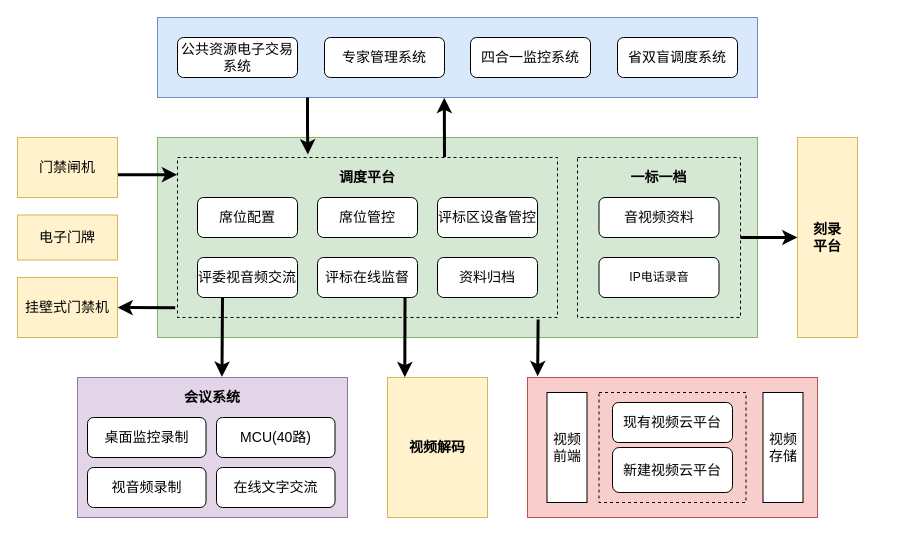
JaceLu/Docs keeps this draw.io diagram as 调度系统架构图.drawio. Above is the earlier version. Source tidied: cells renumbered, new cells numbered last; positions are measured from the earlier drawing's top-left corner, leaving out a move shared by most shapes. Both pictures are drawn from the tidied source at 100%, with x=0, y=0 at pixel (17, 17).
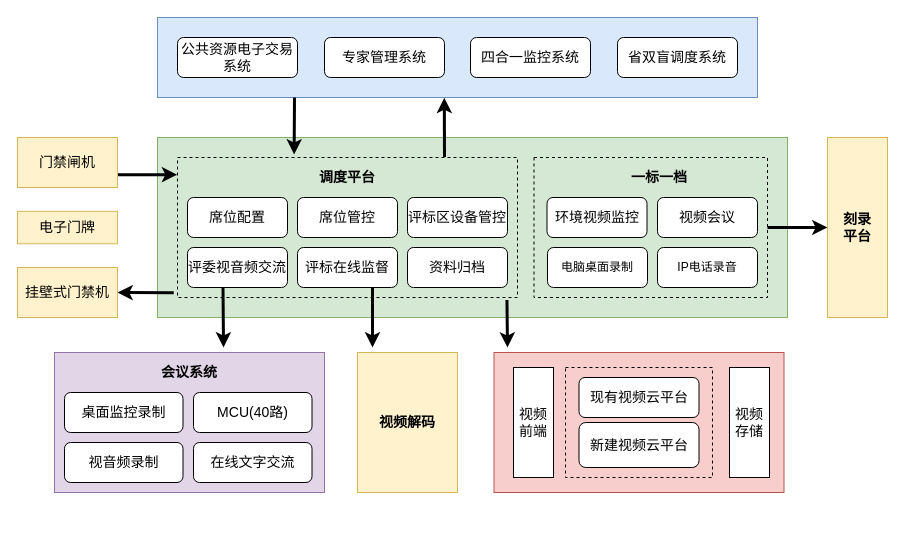
Above is the later version.

Commit message:
更新调度系统架构图.drawio

The change refers to these unchanged cells:
```xml
<mxCell id="6" style="rounded=0;whiteSpace=wrap;html=1;fillColor=#dae8fc;strokeColor=#6c8ebf;" parent="1" vertex="1">
  <mxGeometry x="140" width="600" height="80" as="geometry" />
</mxCell>
```

Change to the diagram source:
```diff
@@
     <mxCell id="2" style="rounded=0;whiteSpace=wrap;html=1;fillColor=#f8cecc;strokeColor=#b85450;" parent="1" vertex="1">
-      <mxGeometry x="510" y="360" width="290" height="140" as="geometry" />
+      <mxGeometry x="476.5" y="335" width="290" height="140" as="geometry" />
     </mxCell>
     <mxCell id="3" style="rounded=0;whiteSpace=wrap;html=1;dashed=1;fillColor=none;" parent="1" vertex="1">
-      <mxGeometry x="581.5" y="375" width="147" height="110" as="geometry" />
+      <mxGeometry x="548" y="350" width="147" height="110" as="geometry" />
     </mxCell>
     <mxCell id="4" style="rounded=0;whiteSpace=wrap;html=1;fillColor=#e1d5e7;strokeColor=#9673a6;" parent="1" vertex="1">
-      <mxGeometry x="60" y="360" width="270" height="140" as="geometry" />
+      <mxGeometry x="37" y="335" width="270" height="140" as="geometry" />
     </mxCell>
     <mxCell id="5" style="rounded=0;whiteSpace=wrap;html=1;fillColor=#d5e8d4;strokeColor=#82b366;" parent="1" vertex="1">
-      <mxGeometry x="140" y="120" width="600" height="200" as="geometry" />
+      <mxGeometry x="140" y="120" width="630" height="180" as="geometry" />
     </mxCell>
@@
-    <mxCell id="11" style="rounded=0;jettySize=auto;html=1;exitX=0.949;exitY=1.013;exitDx=0;exitDy=0;entryX=0.035;entryY=-0.009;entryDx=0;entryDy=0;exitPerimeter=0;strokeWidth=3;entryPerimeter=0;" parent="1" edge="1" source="13" target="2">
-      <mxGeometry relative="1" as="geometry" />
+    <mxCell id="11" style="rounded=0;jettySize=auto;html=1;exitX=0.969;exitY=1.018;exitDx=0;exitDy=0;exitPerimeter=0;strokeWidth=3;" parent="1" edge="1" source="13">
+      <mxGeometry relative="1" as="geometry">
+        <mxPoint x="490" y="330" as="targetPoint" />
+      </mxGeometry>
     </mxCell>
-    <mxCell id="12" style="rounded=0;jettySize=auto;html=1;exitX=-0.006;exitY=0.939;exitDx=0;exitDy=0;entryX=1;entryY=0.5;entryDx=0;entryDy=0;strokeWidth=3;exitPerimeter=0;" parent="1" edge="1" source="13" target="32">
+    <mxCell id="12" style="rounded=0;jettySize=auto;html=1;exitX=-0.011;exitY=0.966;exitDx=0;exitDy=0;entryX=1;entryY=0.5;entryDx=0;entryDy=0;strokeWidth=3;exitPerimeter=0;" parent="1" edge="1" source="13" target="32">
       <mxGeometry relative="1" as="geometry" />
     </mxCell>
     <mxCell id="13" style="rounded=0;whiteSpace=wrap;html=1;dashed=1;fillColor=none;" parent="1" vertex="1">
-      <mxGeometry x="160" y="140" width="380" height="160" as="geometry" />
+      <mxGeometry x="160" y="140" width="340" height="140" as="geometry" />
     </mxCell>
@@
     <mxCell id="15" style="rounded=0;whiteSpace=wrap;html=1;dashed=1;fillColor=none;" parent="1" vertex="1">
-      <mxGeometry x="560" y="140" width="163" height="160" as="geometry" />
+      <mxGeometry x="516.5" y="140" width="233.5" height="140" as="geometry" />
     </mxCell>
@@
     <mxCell id="17" value="调度平台" style="text;html=1;align=center;verticalAlign=middle;whiteSpace=wrap;rounded=0;fontSize=14;fontStyle=1;" parent="1" vertex="1">
-      <mxGeometry x="160" y="140" width="380" height="40" as="geometry" />
+      <mxGeometry x="160" y="140" width="340" height="40" as="geometry" />
     </mxCell>
     <mxCell id="18" value="一标一档" style="text;html=1;align=center;verticalAlign=middle;whiteSpace=wrap;rounded=0;fontSize=14;fontStyle=1;" parent="1" vertex="1">
-      <mxGeometry x="560" y="140" width="163" height="40" as="geometry" />
+      <mxGeometry x="516.5" y="140" width="250" height="40" as="geometry" />
     </mxCell>
-    <mxCell id="19" value="&lt;span style=&quot;font-size: 14px;&quot;&gt;音视频资料&lt;/span&gt;" style="rounded=1;whiteSpace=wrap;html=1;fontFamily=Helvetica;" parent="1" vertex="1">
-      <mxGeometry x="581.5" y="180" width="120" height="40" as="geometry" />
+    <mxCell id="19" value="&lt;span style=&quot;font-size: 14px;&quot;&gt;环境视频监控&lt;/span&gt;" style="rounded=1;whiteSpace=wrap;html=1;fontFamily=Helvetica;" parent="1" vertex="1">
+      <mxGeometry x="529.5" y="180" width="100" height="40" as="geometry" />
     </mxCell>
-    <mxCell id="20" value="IP电话录音" style="rounded=1;whiteSpace=wrap;html=1;fontFamily=Helvetica;" parent="1" vertex="1">
-      <mxGeometry x="581.5" y="240" width="120" height="40" as="geometry" />
+    <mxCell id="20" value="电脑桌面录制" style="rounded=1;whiteSpace=wrap;html=1;fontFamily=Helvetica;" parent="1" vertex="1">
+      <mxGeometry x="530" y="230" width="100" height="40" as="geometry" />
     </mxCell>
     <mxCell id="21" value="&lt;span style=&quot;font-size: 14px;&quot;&gt;席位配置&lt;/span&gt;" style="rounded=1;whiteSpace=wrap;html=1;fontFamily=Helvetica;" parent="1" vertex="1">
-      <mxGeometry x="180" y="180" width="100" height="40" as="geometry" />
+      <mxGeometry x="170" y="180" width="100" height="40" as="geometry" />
     </mxCell>
     <mxCell id="22" value="&lt;span style=&quot;font-size: 14px;&quot;&gt;席位管控&lt;/span&gt;" style="rounded=1;whiteSpace=wrap;html=1;fontFamily=Helvetica;" parent="1" vertex="1">
-      <mxGeometry x="300" y="180" width="100" height="40" as="geometry" />
+      <mxGeometry x="280" y="180" width="100" height="40" as="geometry" />
     </mxCell>
     <mxCell id="23" value="&lt;span style=&quot;font-size: 14px;&quot;&gt;评标区设备管控&lt;/span&gt;" style="rounded=1;whiteSpace=wrap;html=1;fontFamily=Helvetica;" parent="1" vertex="1">
-      <mxGeometry x="420" y="180" width="100" height="40" as="geometry" />
+      <mxGeometry x="390" y="180" width="100" height="40" as="geometry" />
     </mxCell>
     <mxCell id="24" value="&lt;span style=&quot;font-size: 14px;&quot;&gt;评委视音频交流&lt;/span&gt;" style="rounded=1;whiteSpace=wrap;html=1;fontFamily=Helvetica;" parent="1" vertex="1">
-      <mxGeometry x="180" y="240" width="100" height="40" as="geometry" />
+      <mxGeometry x="170" y="230" width="100" height="40" as="geometry" />
     </mxCell>
-    <mxCell id="25" style="rounded=0;jettySize=auto;html=1;entryX=0.173;entryY=-0.002;entryDx=0;entryDy=0;strokeWidth=3;exitX=0.875;exitY=1.021;exitDx=0;exitDy=0;exitPerimeter=0;entryPerimeter=0;" parent="1" edge="1" target="41">
+    <mxCell id="25" style="rounded=0;jettySize=auto;html=1;strokeWidth=3;exitX=0.75;exitY=1;exitDx=0;exitDy=0;" parent="1" edge="1" source="26">
       <mxGeometry relative="1" as="geometry">
-        <mxPoint x="387.5" y="280" as="sourcePoint" />
+        <mxPoint x="355" y="330" as="targetPoint" />
       </mxGeometry>
     </mxCell>
     <mxCell id="26" value="&lt;span style=&quot;font-size: 14px;&quot;&gt;评标在线监督&lt;/span&gt;" style="rounded=1;whiteSpace=wrap;html=1;fontFamily=Helvetica;" parent="1" vertex="1">
-      <mxGeometry x="300" y="240" width="100" height="40" as="geometry" />
+      <mxGeometry x="280" y="230" width="100" height="40" as="geometry" />
     </mxCell>
     <mxCell id="27" value="&lt;span style=&quot;font-size: 14px;&quot;&gt;资料归档&lt;/span&gt;" style="rounded=1;whiteSpace=wrap;html=1;fontFamily=Helvetica;" parent="1" vertex="1">
-      <mxGeometry x="420" y="240" width="100" height="40" as="geometry" />
+      <mxGeometry x="390" y="230" width="100" height="40" as="geometry" />
     </mxCell>
     <mxCell id="28" value="&lt;span style=&quot;font-size: 14px;&quot;&gt;新建视频云平台&lt;/span&gt;" style="rounded=1;whiteSpace=wrap;html=1;fontFamily=Helvetica;" parent="1" vertex="1">
-      <mxGeometry x="595" y="430" width="120" height="45" as="geometry" />
+      <mxGeometry x="561.5" y="405" width="120" height="45" as="geometry" />
     </mxCell>
     <mxCell id="29" value="&lt;span style=&quot;font-size: 14px;&quot;&gt;桌面监控录制&lt;/span&gt;" style="rounded=1;whiteSpace=wrap;html=1;fontFamily=Helvetica;" parent="1" vertex="1">
-      <mxGeometry x="70" y="400" width="118.5" height="40" as="geometry" />
+      <mxGeometry x="47" y="375" width="118.5" height="40" as="geometry" />
     </mxCell>
     <mxCell id="30" value="&lt;span style=&quot;&quot;&gt;会议系统&lt;/span&gt;" style="text;html=1;align=center;verticalAlign=middle;whiteSpace=wrap;rounded=0;fontSize=14;fontStyle=1;" parent="1" vertex="1">
-      <mxGeometry x="60" y="360" width="270" height="40" as="geometry" />
+      <mxGeometry x="37" y="335" width="270" height="40" as="geometry" />
     </mxCell>
     <mxCell id="31" value="&lt;span style=&quot;font-size: 14px;&quot;&gt;现有视频云平台&lt;/span&gt;" style="rounded=1;whiteSpace=wrap;html=1;fontFamily=Helvetica;" parent="1" vertex="1">
-      <mxGeometry x="595" y="385" width="120" height="40" as="geometry" />
+      <mxGeometry x="561.5" y="360" width="120" height="40" as="geometry" />
     </mxCell>
     <mxCell id="32" value="&lt;span style=&quot;font-size: 14px;&quot;&gt;挂壁式门禁机&lt;/span&gt;" style="rounded=0;whiteSpace=wrap;html=1;fillColor=#fff2cc;strokeColor=#d6b656;" parent="1" vertex="1">
-      <mxGeometry y="260" width="100" height="60" as="geometry" />
+      <mxGeometry y="250" width="100" height="50" as="geometry" />
     </mxCell>
@@
     <mxCell id="34" value="&lt;span style=&quot;font-size: 14px;&quot;&gt;门禁闸机&lt;/span&gt;" style="rounded=0;whiteSpace=wrap;html=1;fillColor=#fff2cc;strokeColor=#d6b656;" parent="1" vertex="1">
-      <mxGeometry y="120" width="100" height="60" as="geometry" />
+      <mxGeometry y="120" width="100" height="50" as="geometry" />
     </mxCell>
     <mxCell id="35" value="&lt;span style=&quot;font-size: 14px;&quot;&gt;刻录平台&lt;/span&gt;" style="rounded=0;whiteSpace=wrap;html=1;fillColor=#fff2cc;strokeColor=#d6b656;spacingLeft=10;spacingRight=10;fontSize=14;fontStyle=1;" parent="1" vertex="1">
-      <mxGeometry x="780" y="120" width="60" height="200" as="geometry" />
+      <mxGeometry x="810" y="120" width="60" height="180" as="geometry" />
     </mxCell>
     <mxCell id="36" value="&lt;span style=&quot;font-size: 14px;&quot;&gt;视频前端&lt;/span&gt;" style="rounded=0;whiteSpace=wrap;html=1;" parent="1" vertex="1">
-      <mxGeometry x="529.5" y="375" width="40" height="110" as="geometry" />
+      <mxGeometry x="496" y="350" width="40" height="110" as="geometry" />
     </mxCell>
     <mxCell id="37" value="&lt;span style=&quot;font-size: 14px;&quot;&gt;电子门牌&lt;/span&gt;" style="rounded=0;whiteSpace=wrap;html=1;fillColor=#fff2cc;strokeColor=#d6b656;" parent="1" vertex="1">
-      <mxGeometry y="197.5" width="100" height="45" as="geometry" />
+      <mxGeometry y="193.8" width="100" height="32.5" as="geometry" />
     </mxCell>
     <mxCell id="38" value="&lt;span style=&quot;font-size: 14px;&quot;&gt;MCU(40路)&lt;/span&gt;" style="rounded=1;whiteSpace=wrap;html=1;fontFamily=Helvetica;" parent="1" vertex="1">
-      <mxGeometry x="199" y="400" width="118.5" height="40" as="geometry" />
+      <mxGeometry x="176" y="375" width="118.5" height="40" as="geometry" />
     </mxCell>
     <mxCell id="39" value="&lt;span style=&quot;font-size: 14px;&quot;&gt;视音频录制&lt;/span&gt;" style="rounded=1;whiteSpace=wrap;html=1;fontFamily=Helvetica;" parent="1" vertex="1">
-      <mxGeometry x="70" y="450" width="118.5" height="40" as="geometry" />
+      <mxGeometry x="47" y="425" width="118.5" height="40" as="geometry" />
     </mxCell>
     <mxCell id="40" value="&lt;span style=&quot;font-size: 14px;&quot;&gt;在线文字交流&lt;/span&gt;" style="rounded=1;whiteSpace=wrap;html=1;fontFamily=Helvetica;" parent="1" vertex="1">
-      <mxGeometry x="199" y="450" width="118.5" height="40" as="geometry" />
+      <mxGeometry x="176" y="425" width="118.5" height="40" as="geometry" />
     </mxCell>
     <mxCell id="41" value="&lt;span style=&quot;font-size: 14px;&quot;&gt;视频解码&lt;/span&gt;" style="rounded=0;whiteSpace=wrap;html=1;fillColor=#fff2cc;strokeColor=#d6b656;fontStyle=1;fontSize=14;" parent="1" vertex="1">
-      <mxGeometry x="370" y="360" width="100" height="140" as="geometry" />
+      <mxGeometry x="340" y="335" width="100" height="140" as="geometry" />
     </mxCell>
     <mxCell id="42" value="&lt;span style=&quot;font-size: 14px;&quot;&gt;视频存储&lt;/span&gt;" style="rounded=0;whiteSpace=wrap;html=1;" parent="1" vertex="1">
-      <mxGeometry x="745.5" y="375" width="40" height="110" as="geometry" />
+      <mxGeometry x="712" y="350" width="40" height="110" as="geometry" />
     </mxCell>
-    <mxCell id="43" style="edgeStyle=orthogonalEdgeStyle;rounded=0;jettySize=auto;html=1;exitX=0.25;exitY=1;exitDx=0;exitDy=0;entryX=0.343;entryY=-0.075;entryDx=0;entryDy=0;entryPerimeter=0;shadow=0;strokeWidth=3;" parent="1" edge="1" source="6" target="17">
-      <mxGeometry relative="1" as="geometry" />
+    <mxCell id="43" style="edgeStyle=orthogonalEdgeStyle;rounded=0;jettySize=auto;html=1;entryX=0.343;entryY=-0.075;entryDx=0;entryDy=0;entryPerimeter=0;shadow=0;strokeWidth=3;" parent="1" edge="1" target="17">
+      <mxGeometry relative="1" as="geometry">
+        <mxPoint x="277" y="80" as="sourcePoint" />
+        <Array as="points">
+          <mxPoint x="277" y="80" />
+          <mxPoint x="277" y="110" />
+        </Array>
+      </mxGeometry>
     </mxCell>
-    <mxCell id="44" style="rounded=0;jettySize=auto;html=1;exitX=0.25;exitY=1;exitDx=0;exitDy=0;entryX=0.535;entryY=-0.017;entryDx=0;entryDy=0;strokeWidth=3;entryPerimeter=0;" parent="1" edge="1" source="24" target="30">
-      <mxGeometry relative="1" as="geometry" />
+    <mxCell id="44" style="rounded=0;jettySize=auto;html=1;exitX=0.355;exitY=1.005;exitDx=0;exitDy=0;strokeWidth=3;exitPerimeter=0;" parent="1" edge="1" source="24">
+      <mxGeometry relative="1" as="geometry">
+        <mxPoint x="206" y="330" as="targetPoint" />
+      </mxGeometry>
     </mxCell>
+    <mxCell id="45" value="&lt;span style=&quot;font-size: 14px;&quot;&gt;视频会议&lt;/span&gt;" style="rounded=1;whiteSpace=wrap;html=1;fontFamily=Helvetica;" parent="1" vertex="1">
+      <mxGeometry x="640" y="180" width="100" height="40" as="geometry" />
+    </mxCell>
+    <mxCell id="46" value="IP电话录音" style="rounded=1;whiteSpace=wrap;html=1;fontFamily=Helvetica;" parent="1" vertex="1">
+      <mxGeometry x="640" y="230" width="100" height="40" as="geometry" />
+    </mxCell>
```
